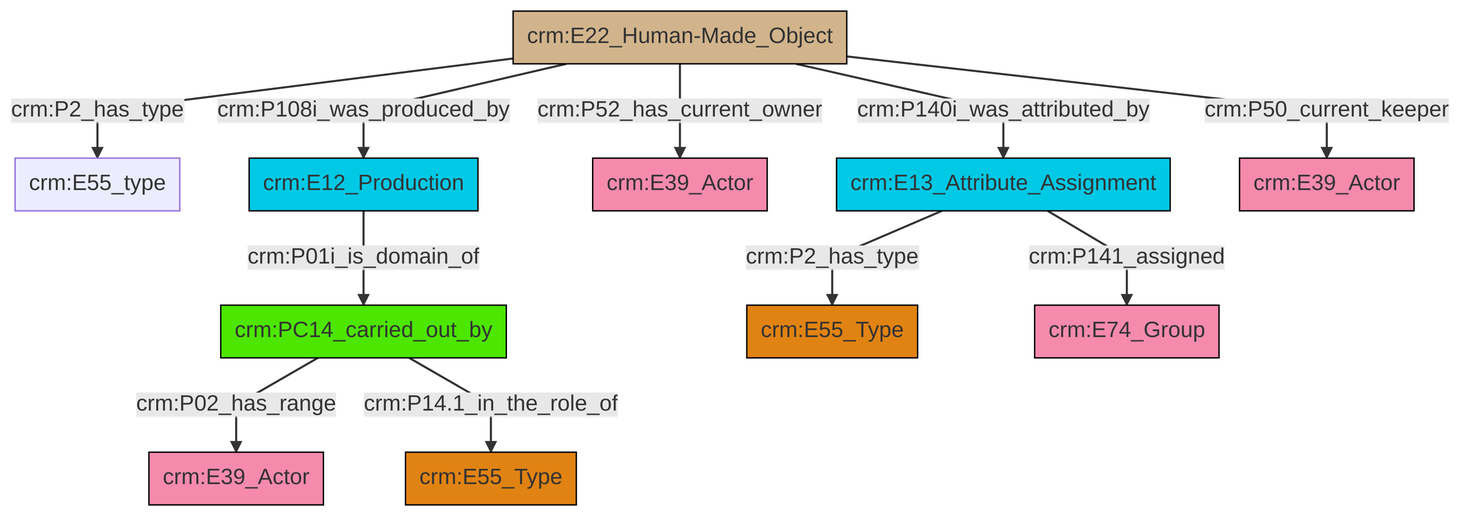
Before: et/artworkCSV/ttl/mmd/png/Artwork_Actor_Relations.png, a diagram exported from Mermaid (swiss-art-research-net/reference-data-models). Its source is kept beside it as et/artworkCSV/ttl/mmd/Artwork_Actor_Relations.ttl.mmd.
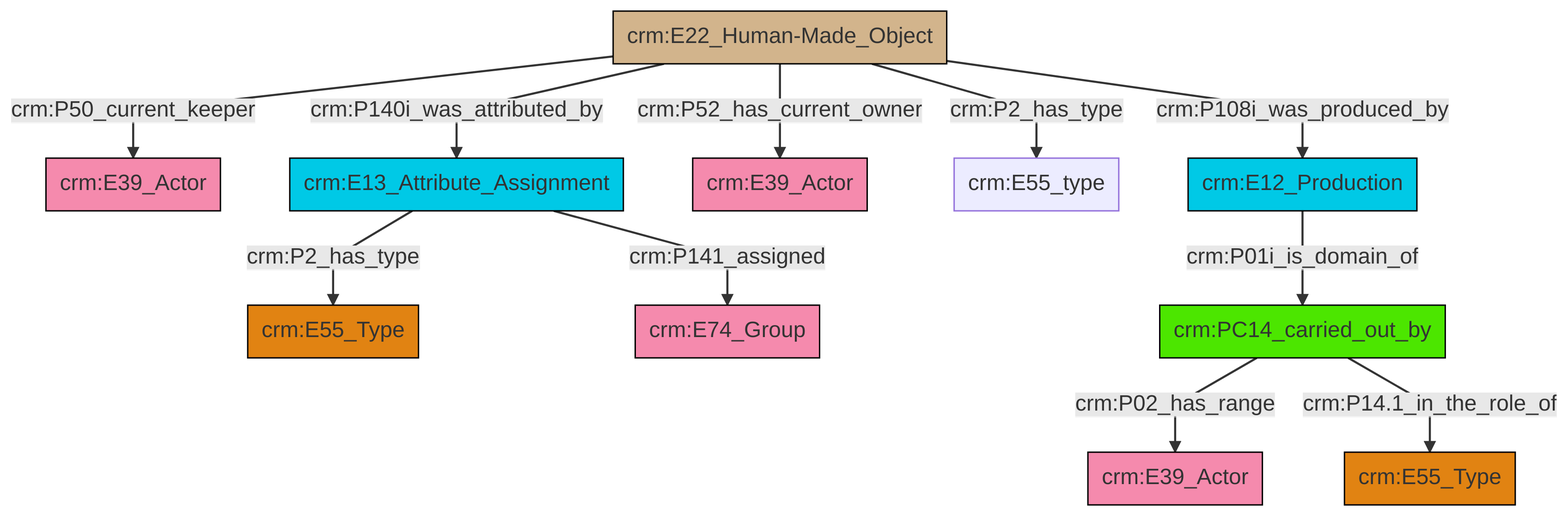
After the commit.

What changed in the source:
```diff
@@ -13,13 +13,13 @@
 classDef PC_Classes fill:#4ce600, stroke:#000000;
 classDef Multi fill:#cccccc,stroke:#000000;
 
-2["crm:E12_Production"]:::Temporal_Entity -->|crm:P01i_is_domain_of| 3["crm:PC14_carried_out_by"]:::PC_Classes
-14["crm:E22_Human-Made_Object"]:::Physical_Thing -->|crm:P2_has_type| 0["crm:E55_type"]:::Default
-14["crm:E22_Human-Made_Object"]:::Physical_Thing -->|crm:P140i_was_attributed_by| 8["crm:E13_Attribute_Assignment"]:::Temporal_Entity
-3["crm:PC14_carried_out_by"]:::PC_Classes -->|crm:P02_has_range| 4["crm:E39_Actor"]:::Actor
-8["crm:E13_Attribute_Assignment"]:::Temporal_Entity -->|crm:P2_has_type| 11["crm:E55_Type"]:::Type
-14["crm:E22_Human-Made_Object"]:::Physical_Thing -->|crm:P50_current_keeper| 15["crm:E39_Actor"]:::Actor
-3["crm:PC14_carried_out_by"]:::PC_Classes -->|crm:P14.1_in_the_role_of| 18["crm:E55_Type"]:::Type
-14["crm:E22_Human-Made_Object"]:::Physical_Thing -->|crm:P52_has_current_owner| 6["crm:E39_Actor"]:::Actor
-8["crm:E13_Attribute_Assignment"]:::Temporal_Entity -->|crm:P141_assigned| 21["crm:E74_Group"]:::Actor
-14["crm:E22_Human-Made_Object"]:::Physical_Thing -->|crm:P108i_was_produced_by| 2["crm:E12_Production"]:::Temporal_Entity
+0["crm:E22_Human-Made_Object"]:::Physical_Thing -->|crm:P50_current_keeper| 1["crm:E39_Actor"]:::Actor
+0["crm:E22_Human-Made_Object"]:::Physical_Thing -->|crm:P140i_was_attributed_by| 2["crm:E13_Attribute_Assignment"]:::Temporal_Entity
+2["crm:E13_Attribute_Assignment"]:::Temporal_Entity -->|crm:P2_has_type| 3["crm:E55_Type"]:::Type
+0["crm:E22_Human-Made_Object"]:::Physical_Thing -->|crm:P52_has_current_owner| 4["crm:E39_Actor"]:::Actor
+0["crm:E22_Human-Made_Object"]:::Physical_Thing -->|crm:P2_has_type| 7["crm:E55_type"]:::Default
+10["crm:E12_Production"]:::Temporal_Entity -->|crm:P01i_is_domain_of| 5["crm:PC14_carried_out_by"]:::PC_Classes
+0["crm:E22_Human-Made_Object"]:::Physical_Thing -->|crm:P108i_was_produced_by| 10["crm:E12_Production"]:::Temporal_Entity
+2["crm:E13_Attribute_Assignment"]:::Temporal_Entity -->|crm:P141_assigned| 17["crm:E74_Group"]:::Actor
+5["crm:PC14_carried_out_by"]:::PC_Classes -->|crm:P02_has_range| 8["crm:E39_Actor"]:::Actor
+5["crm:PC14_carried_out_by"]:::PC_Classes -->|crm:P14.1_in_the_role_of| 12["crm:E55_Type"]:::Type
```
